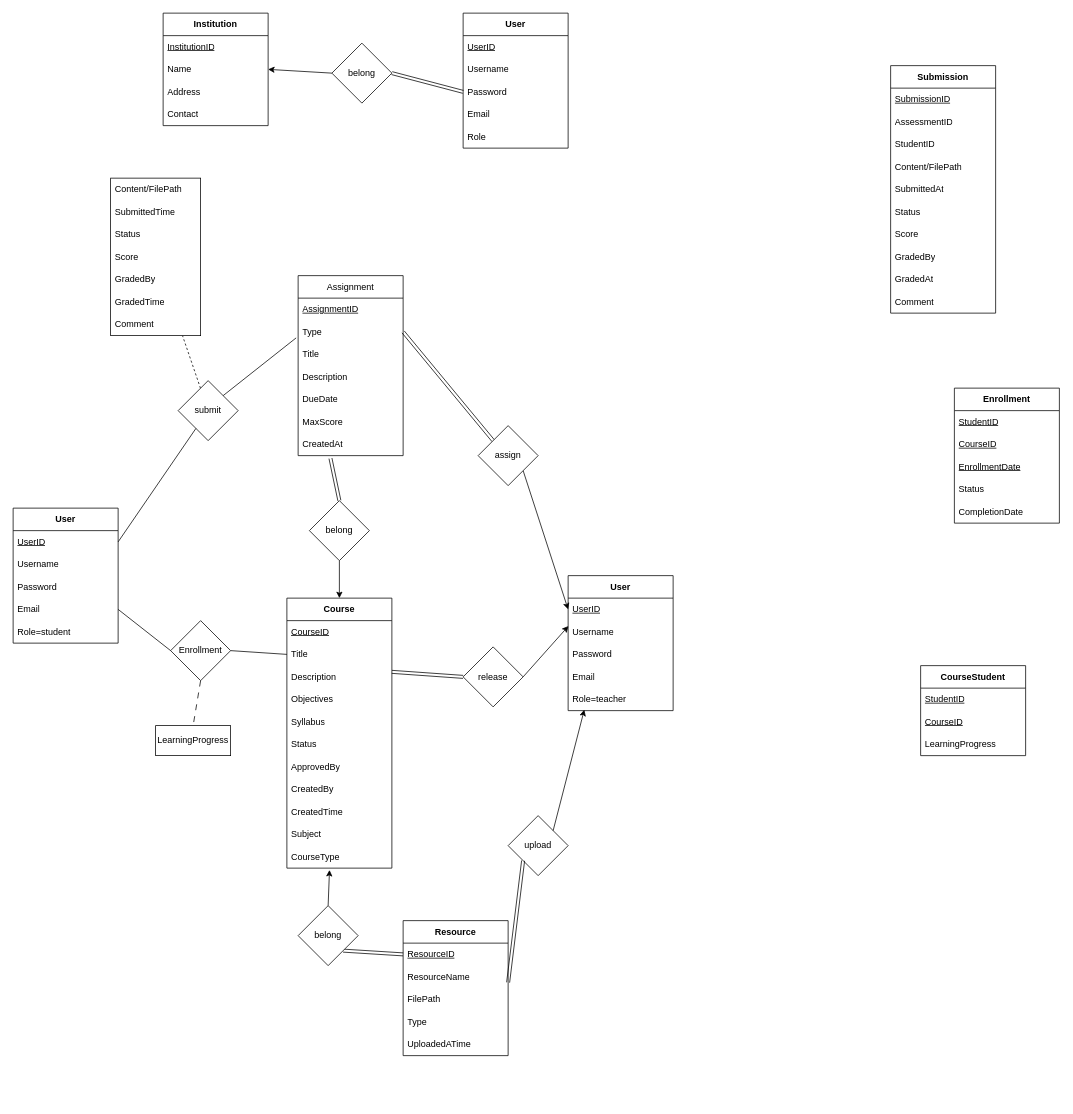
Earlier version of the draw.io diagram E-R图.drawio (William3147076912/Database-Project-for-Course). Source tidied: cells renumbered, new cells numbered last; positions are measured from the earlier drawing's top-left corner, leaving out a move shared by most shapes. Both pictures are drawn from the tidied source at 75%, with x=0, y=0 at pixel (13, 13).
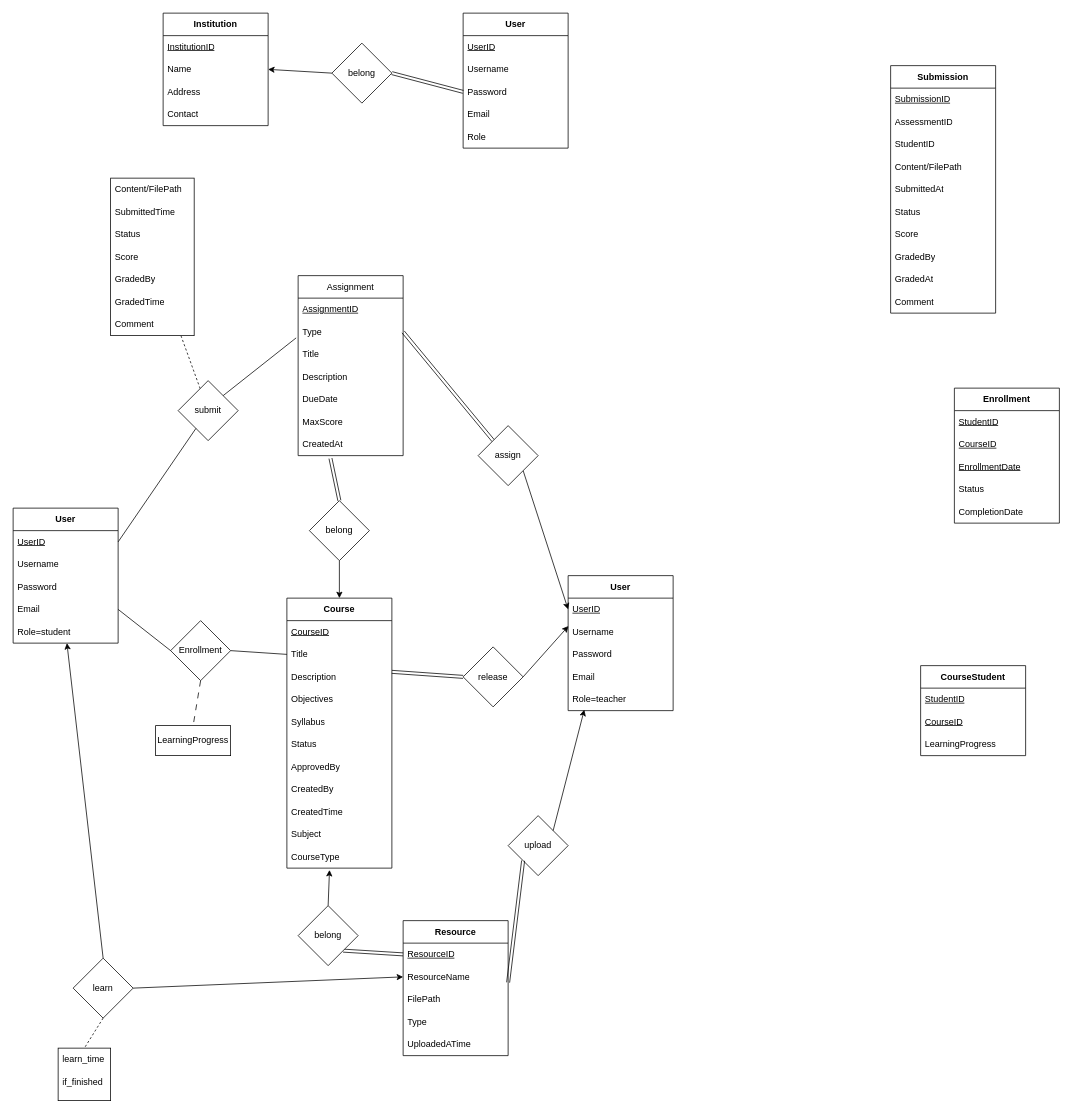
Above is the later version.

Commit message:
添加了learn_time

The change refers to these unchanged cells:
```xml
<mxCell id="12" value="Role=student" style="text;strokeColor=none;fillColor=none;align=left;verticalAlign=middle;spacingLeft=4;spacingRight=4;overflow=hidden;points=[[0,0.5],[1,0.5]];portConstraint=eastwest;whiteSpace=wrap;html=1;" parent="7" vertex="1">
  <mxGeometry y="150" width="140" height="30" as="geometry" />
</mxCell>
<mxCell id="27" value="ResourceName" style="text;strokeColor=none;fillColor=none;align=left;verticalAlign=middle;spacingLeft=4;spacingRight=4;overflow=hidden;points=[[0,0.5],[1,0.5]];portConstraint=eastwest;whiteSpace=wrap;html=1;" parent="25" vertex="1">
  <mxGeometry y="60" width="140" height="30" as="geometry" />
</mxCell>
```

The edit, as a diff of the source:
```diff
@@
     <mxCell id="100" style="group;" parent="1" vertex="1">
-      <mxGeometry x="130" y="220" width="140" height="210" as="geometry" />
+      <mxGeometry x="130" y="220" width="130" height="210" as="geometry" />
     </mxCell>
     <mxCell id="101" style="whiteSpace=wrap;html=1;" parent="100" vertex="1">
-      <mxGeometry width="120" height="210" as="geometry" />
+      <mxGeometry width="111.4" height="210" as="geometry" />
     </mxCell>
     <mxCell id="102" value="Content/FilePath" style="text;strokeColor=none;fillColor=none;align=left;verticalAlign=middle;spacingLeft=4;spacingRight=4;overflow=hidden;whiteSpace=wrap;html=1;" parent="100" vertex="1">
-      <mxGeometry width="140" height="30" as="geometry" />
+      <mxGeometry width="130" height="30" as="geometry" />
     </mxCell>
     <mxCell id="103" value="SubmittedTime" style="text;strokeColor=none;fillColor=none;align=left;verticalAlign=middle;spacingLeft=4;spacingRight=4;overflow=hidden;whiteSpace=wrap;html=1;" parent="100" vertex="1">
-      <mxGeometry y="30" width="140" height="30" as="geometry" />
+      <mxGeometry y="30" width="130" height="30" as="geometry" />
     </mxCell>
     <mxCell id="104" value="Status" style="text;strokeColor=none;fillColor=none;align=left;verticalAlign=middle;spacingLeft=4;spacingRight=4;overflow=hidden;whiteSpace=wrap;html=1;" parent="100" vertex="1">
-      <mxGeometry y="60" width="140" height="30" as="geometry" />
+      <mxGeometry y="60" width="130" height="30" as="geometry" />
     </mxCell>
     <mxCell id="105" value="Score" style="text;strokeColor=none;fillColor=none;align=left;verticalAlign=middle;spacingLeft=4;spacingRight=4;overflow=hidden;whiteSpace=wrap;html=1;" parent="100" vertex="1">
-      <mxGeometry y="90" width="140" height="30" as="geometry" />
+      <mxGeometry y="90" width="130" height="30" as="geometry" />
     </mxCell>
     <mxCell id="106" value="GradedBy" style="text;strokeColor=none;fillColor=none;align=left;verticalAlign=middle;spacingLeft=4;spacingRight=4;overflow=hidden;whiteSpace=wrap;html=1;" parent="100" vertex="1">
-      <mxGeometry y="120" width="140" height="30" as="geometry" />
+      <mxGeometry y="120" width="130" height="30" as="geometry" />
     </mxCell>
     <mxCell id="107" value="GradedTime" style="text;strokeColor=none;fillColor=none;align=left;verticalAlign=middle;spacingLeft=4;spacingRight=4;overflow=hidden;whiteSpace=wrap;html=1;" parent="100" vertex="1">
-      <mxGeometry y="150" width="140" height="30" as="geometry" />
+      <mxGeometry y="150" width="130" height="30" as="geometry" />
     </mxCell>
     <mxCell id="108" value="Comment" style="text;strokeColor=none;fillColor=none;align=left;verticalAlign=middle;spacingLeft=4;spacingRight=4;overflow=hidden;whiteSpace=wrap;html=1;" parent="100" vertex="1">
-      <mxGeometry y="180" width="140" height="30" as="geometry" />
+      <mxGeometry y="180" width="130" height="30" as="geometry" />
     </mxCell>
+    <mxCell id="109" style="edgeStyle=none;html=1;exitX=0.5;exitY=0;exitDx=0;exitDy=0;" parent="1" edge="1" source="112" target="12">
+      <mxGeometry relative="1" as="geometry" />
+    </mxCell>
+    <mxCell id="110" style="edgeStyle=none;html=1;exitX=1;exitY=0.5;exitDx=0;exitDy=0;entryX=0;entryY=0.5;entryDx=0;entryDy=0;" parent="1" edge="1" source="112" target="27">
+      <mxGeometry relative="1" as="geometry" />
+    </mxCell>
+    <mxCell id="111" style="edgeStyle=none;html=1;exitX=0.5;exitY=1;exitDx=0;exitDy=0;endArrow=none;endFill=0;dashed=1;entryX=0.5;entryY=0;entryDx=0;entryDy=0;" parent="1" edge="1" source="112" target="114">
+      <mxGeometry relative="1" as="geometry" />
+    </mxCell>
+    <mxCell id="112" value="learn" style="rhombus;whiteSpace=wrap;html=1;" parent="1" vertex="1">
+      <mxGeometry x="80" y="1260" width="80" height="80" as="geometry" />
+    </mxCell>
+    <mxCell id="113" style="group;" parent="1" vertex="1">
+      <mxGeometry x="60" y="1380" width="140" height="70" as="geometry" />
+    </mxCell>
+    <mxCell id="114" style="whiteSpace=wrap;html=1;" parent="113" vertex="1">
+      <mxGeometry width="70" height="70" as="geometry" />
+    </mxCell>
+    <mxCell id="115" value="learn_time" style="text;strokeColor=none;fillColor=none;align=left;verticalAlign=middle;spacingLeft=4;spacingRight=4;overflow=hidden;whiteSpace=wrap;html=1;" parent="113" vertex="1">
+      <mxGeometry width="140" height="30" as="geometry" />
+    </mxCell>
+    <mxCell id="116" value="if_finished" style="text;strokeColor=none;fillColor=none;align=left;verticalAlign=middle;spacingLeft=4;spacingRight=4;overflow=hidden;whiteSpace=wrap;html=1;" parent="113" vertex="1">
+      <mxGeometry y="30" width="140" height="30" as="geometry" />
+    </mxCell>
```
